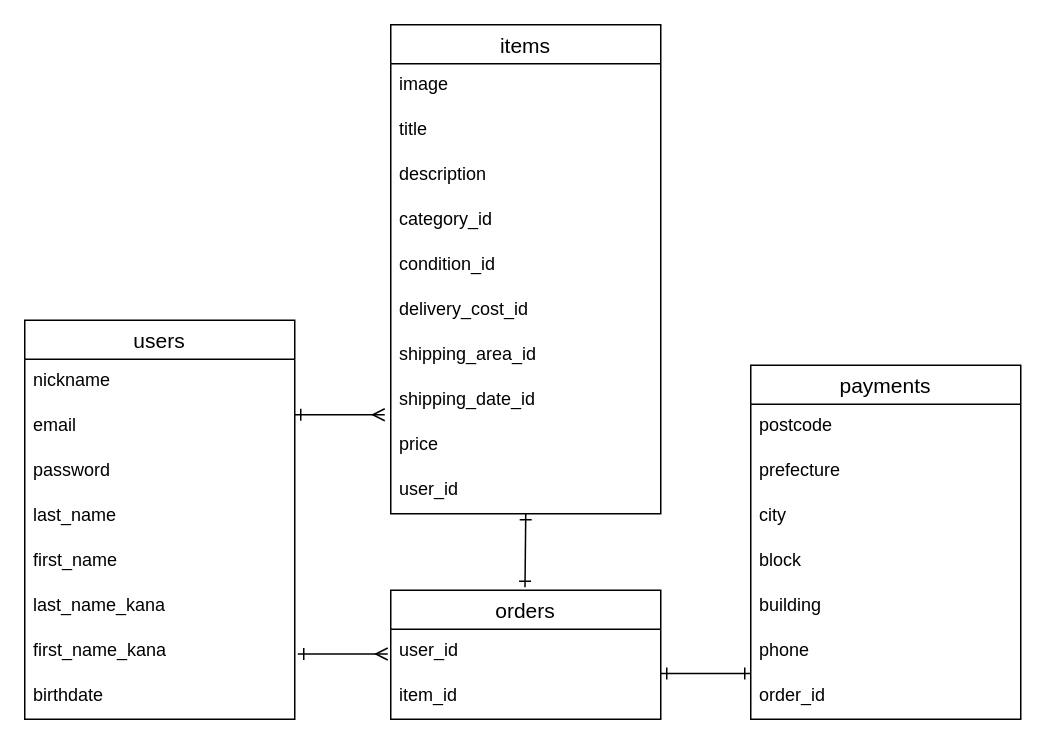
Above: furima.dio in konioa/furima-39107 (draw.io), before the change. Source tidied: cells renumbered, new cells numbered last; positions are measured from the earlier drawing's top-left corner, leaving out a move shared by most shapes. Both pictures are drawn from the tidied source at 150%, with x=0, y=0 at pixel (24, 24).
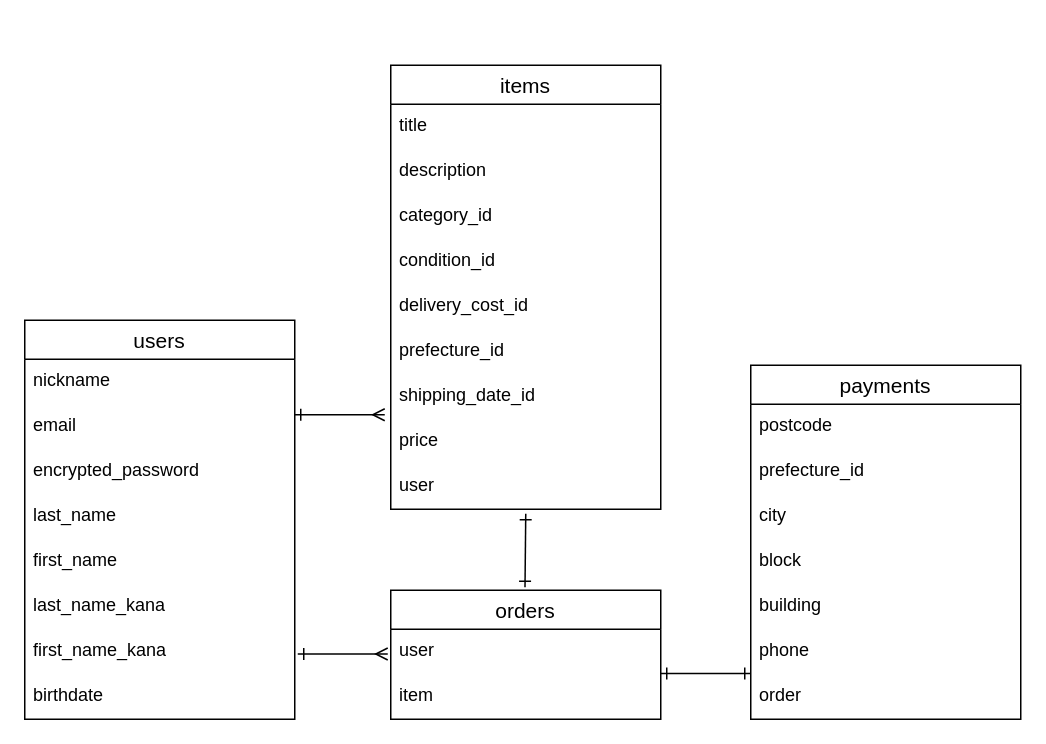
The same diagram, later.

Commit message (it also covers changes not shown here):
データベース設計4

Unchanged cells that the change refers to:
```xml
<mxCell id="2" value="users" style="swimlane;fontStyle=0;horizontal=1;startSize=26;align=center;fontSize=14;" parent="1" vertex="1">
  <mxGeometry y="197" width="180" height="266" as="geometry" />
</mxCell>
<mxCell id="23" value="orders" style="swimlane;fontStyle=0;horizontal=1;startSize=26;align=center;fontSize=14;" parent="1" vertex="1">
  <mxGeometry x="244" y="377" width="180" height="86" as="geometry" />
</mxCell>
<mxCell id="26" value="payments" style="swimlane;fontStyle=0;horizontal=1;startSize=26;align=center;fontSize=14;" parent="1" vertex="1">
  <mxGeometry x="484" y="227" width="180" height="236" as="geometry" />
</mxCell>
```

Diff of the diagram source:
```diff
@@
-    <mxCell id="5" value="password" style="text;strokeColor=none;fillColor=none;spacingLeft=4;spacingRight=4;overflow=hidden;fontSize=12;" parent="2" vertex="1">
+    <mxCell id="5" value="encrypted_password" style="text;strokeColor=none;fillColor=none;spacingLeft=4;spacingRight=4;overflow=hidden;fontSize=12;" parent="2" vertex="1">
       <mxGeometry y="86" width="180" height="30" as="geometry" />
     </mxCell>
@@
     <mxCell id="11" value="items" style="swimlane;fontStyle=0;horizontal=1;startSize=26;align=center;fontSize=14;" parent="1" vertex="1">
-      <mxGeometry x="244" width="180" height="326" as="geometry" />
+      <mxGeometry x="244" y="27" width="180" height="296" as="geometry" />
     </mxCell>
-    <mxCell id="12" value="image" style="text;strokeColor=none;fillColor=none;spacingLeft=4;spacingRight=4;overflow=hidden;fontSize=12;" parent="11" vertex="1">
-      <mxGeometry y="26" width="180" height="30" as="geometry" />
-    </mxCell>
     <mxCell id="13" value="title" style="text;strokeColor=none;fillColor=none;spacingLeft=4;spacingRight=4;overflow=hidden;fontSize=12;" parent="11" vertex="1">
-      <mxGeometry y="56" width="180" height="30" as="geometry" />
+      <mxGeometry y="26" width="180" height="30" as="geometry" />
     </mxCell>
     <mxCell id="14" value="description" style="text;strokeColor=none;fillColor=none;spacingLeft=4;spacingRight=4;overflow=hidden;fontSize=12;" parent="11" vertex="1">
-      <mxGeometry y="86" width="180" height="30" as="geometry" />
+      <mxGeometry y="56" width="180" height="30" as="geometry" />
     </mxCell>
     <mxCell id="15" value="category_id" style="text;strokeColor=none;fillColor=none;spacingLeft=4;spacingRight=4;overflow=hidden;fontSize=12;" parent="11" vertex="1">
-      <mxGeometry y="116" width="180" height="30" as="geometry" />
+      <mxGeometry y="86" width="180" height="30" as="geometry" />
     </mxCell>
     <mxCell id="16" value="condition_id" style="text;strokeColor=none;fillColor=none;spacingLeft=4;spacingRight=4;overflow=hidden;fontSize=12;" parent="11" vertex="1">
-      <mxGeometry y="146" width="180" height="30" as="geometry" />
+      <mxGeometry y="116" width="180" height="30" as="geometry" />
     </mxCell>
     <mxCell id="17" value="delivery_cost_id" style="text;strokeColor=none;fillColor=none;spacingLeft=4;spacingRight=4;overflow=hidden;fontSize=12;" parent="11" vertex="1">
-      <mxGeometry y="176" width="180" height="30" as="geometry" />
+      <mxGeometry y="146" width="180" height="30" as="geometry" />
     </mxCell>
-    <mxCell id="18" value="shipping_area_id" style="text;strokeColor=none;fillColor=none;spacingLeft=4;spacingRight=4;overflow=hidden;fontSize=12;" parent="11" vertex="1">
-      <mxGeometry y="206" width="180" height="30" as="geometry" />
+    <mxCell id="18" value="prefecture_id" style="text;strokeColor=none;fillColor=none;spacingLeft=4;spacingRight=4;overflow=hidden;fontSize=12;" parent="11" vertex="1">
+      <mxGeometry y="176" width="180" height="30" as="geometry" />
     </mxCell>
     <mxCell id="19" value="shipping_date_id" style="text;strokeColor=none;fillColor=none;spacingLeft=4;spacingRight=4;overflow=hidden;fontSize=12;" parent="11" vertex="1">
-      <mxGeometry y="236" width="180" height="30" as="geometry" />
+      <mxGeometry y="206" width="180" height="30" as="geometry" />
     </mxCell>
     <mxCell id="20" value="price" style="text;strokeColor=none;fillColor=none;spacingLeft=4;spacingRight=4;overflow=hidden;fontSize=12;" parent="11" vertex="1">
-      <mxGeometry y="266" width="180" height="30" as="geometry" />
+      <mxGeometry y="236" width="180" height="30" as="geometry" />
     </mxCell>
-    <mxCell id="21" value="user_id" style="text;strokeColor=none;fillColor=none;spacingLeft=4;spacingRight=4;overflow=hidden;fontSize=12;" parent="11" vertex="1">
-      <mxGeometry y="296" width="180" height="30" as="geometry" />
+    <mxCell id="21" value="user" style="text;strokeColor=none;fillColor=none;spacingLeft=4;spacingRight=4;overflow=hidden;fontSize=12;" parent="11" vertex="1">
+      <mxGeometry y="266" width="180" height="30" as="geometry" />
     </mxCell>
@@
-    <mxCell id="24" value="user_id" style="text;strokeColor=none;fillColor=none;spacingLeft=4;spacingRight=4;overflow=hidden;fontSize=12;" parent="23" vertex="1">
+    <mxCell id="24" value="user" style="text;strokeColor=none;fillColor=none;spacingLeft=4;spacingRight=4;overflow=hidden;fontSize=12;" parent="23" vertex="1">
       <mxGeometry y="26" width="180" height="30" as="geometry" />
     </mxCell>
-    <mxCell id="25" value="item_id" style="text;strokeColor=none;fillColor=none;spacingLeft=4;spacingRight=4;overflow=hidden;fontSize=12;" parent="23" vertex="1">
+    <mxCell id="25" value="item" style="text;strokeColor=none;fillColor=none;spacingLeft=4;spacingRight=4;overflow=hidden;fontSize=12;" parent="23" vertex="1">
       <mxGeometry y="56" width="180" height="30" as="geometry" />
     </mxCell>
@@
-    <mxCell id="28" value="prefecture" style="text;strokeColor=none;fillColor=none;spacingLeft=4;spacingRight=4;overflow=hidden;fontSize=12;" parent="26" vertex="1">
+    <mxCell id="28" value="prefecture_id" style="text;strokeColor=none;fillColor=none;spacingLeft=4;spacingRight=4;overflow=hidden;fontSize=12;" parent="26" vertex="1">
       <mxGeometry y="56" width="180" height="30" as="geometry" />
     </mxCell>
@@
-    <mxCell id="33" value="order_id" style="text;strokeColor=none;fillColor=none;spacingLeft=4;spacingRight=4;overflow=hidden;fontSize=12;" parent="26" vertex="1">
+    <mxCell id="33" value="order" style="text;strokeColor=none;fillColor=none;spacingLeft=4;spacingRight=4;overflow=hidden;fontSize=12;" parent="26" vertex="1">
       <mxGeometry y="206" width="180" height="30" as="geometry" />
     </mxCell>
```
